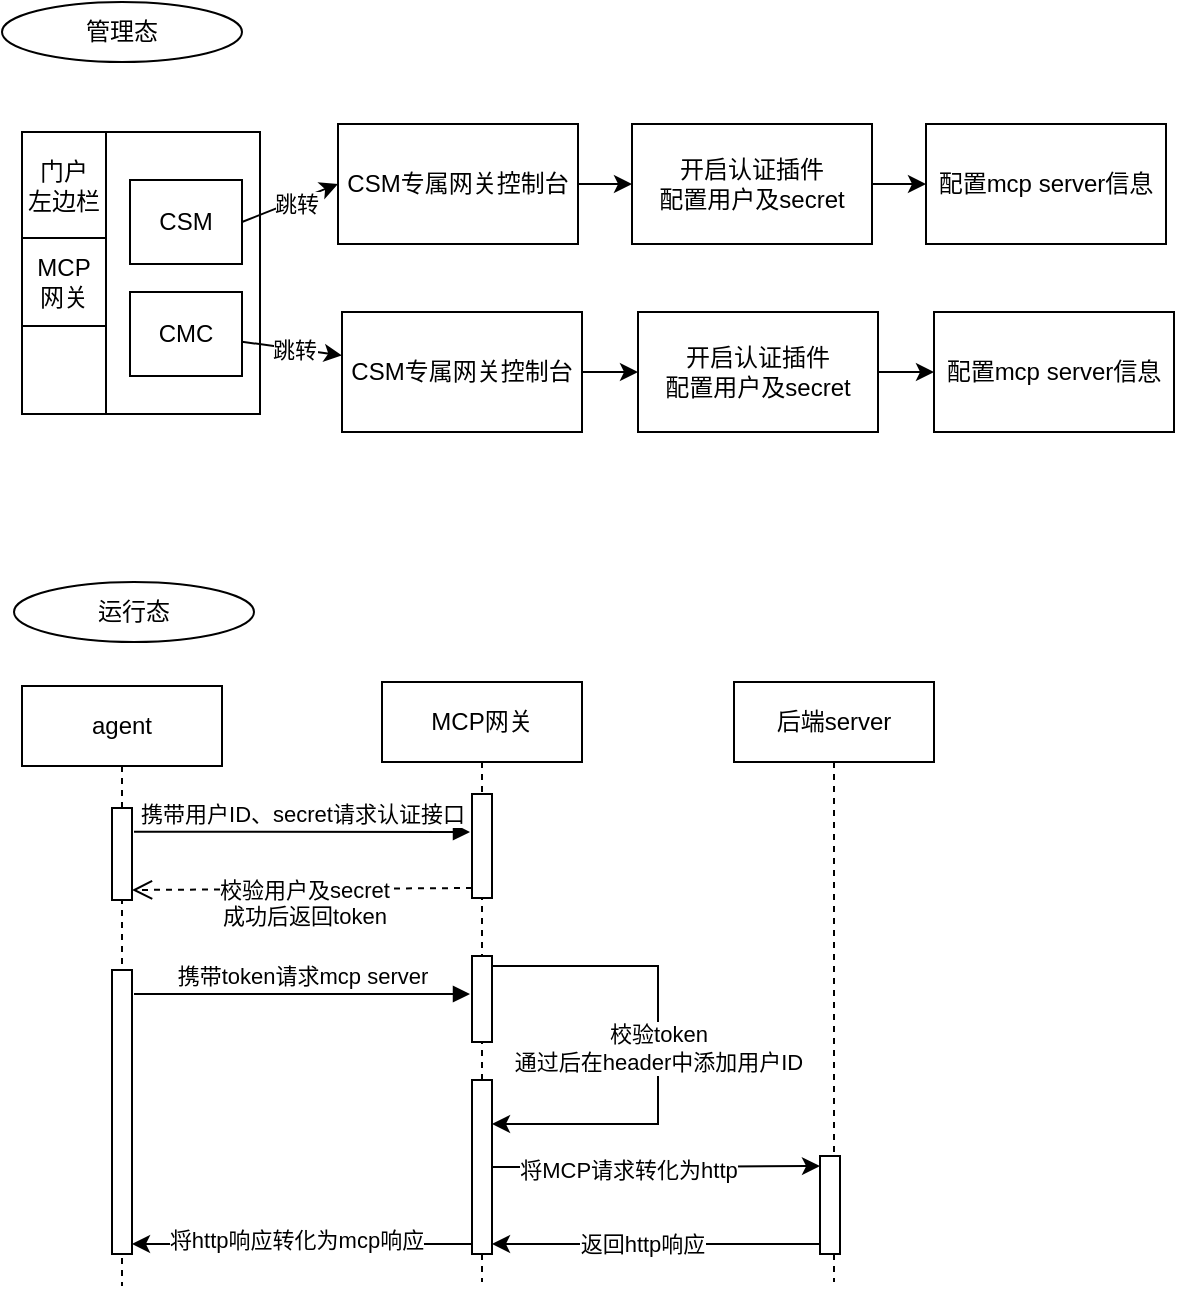
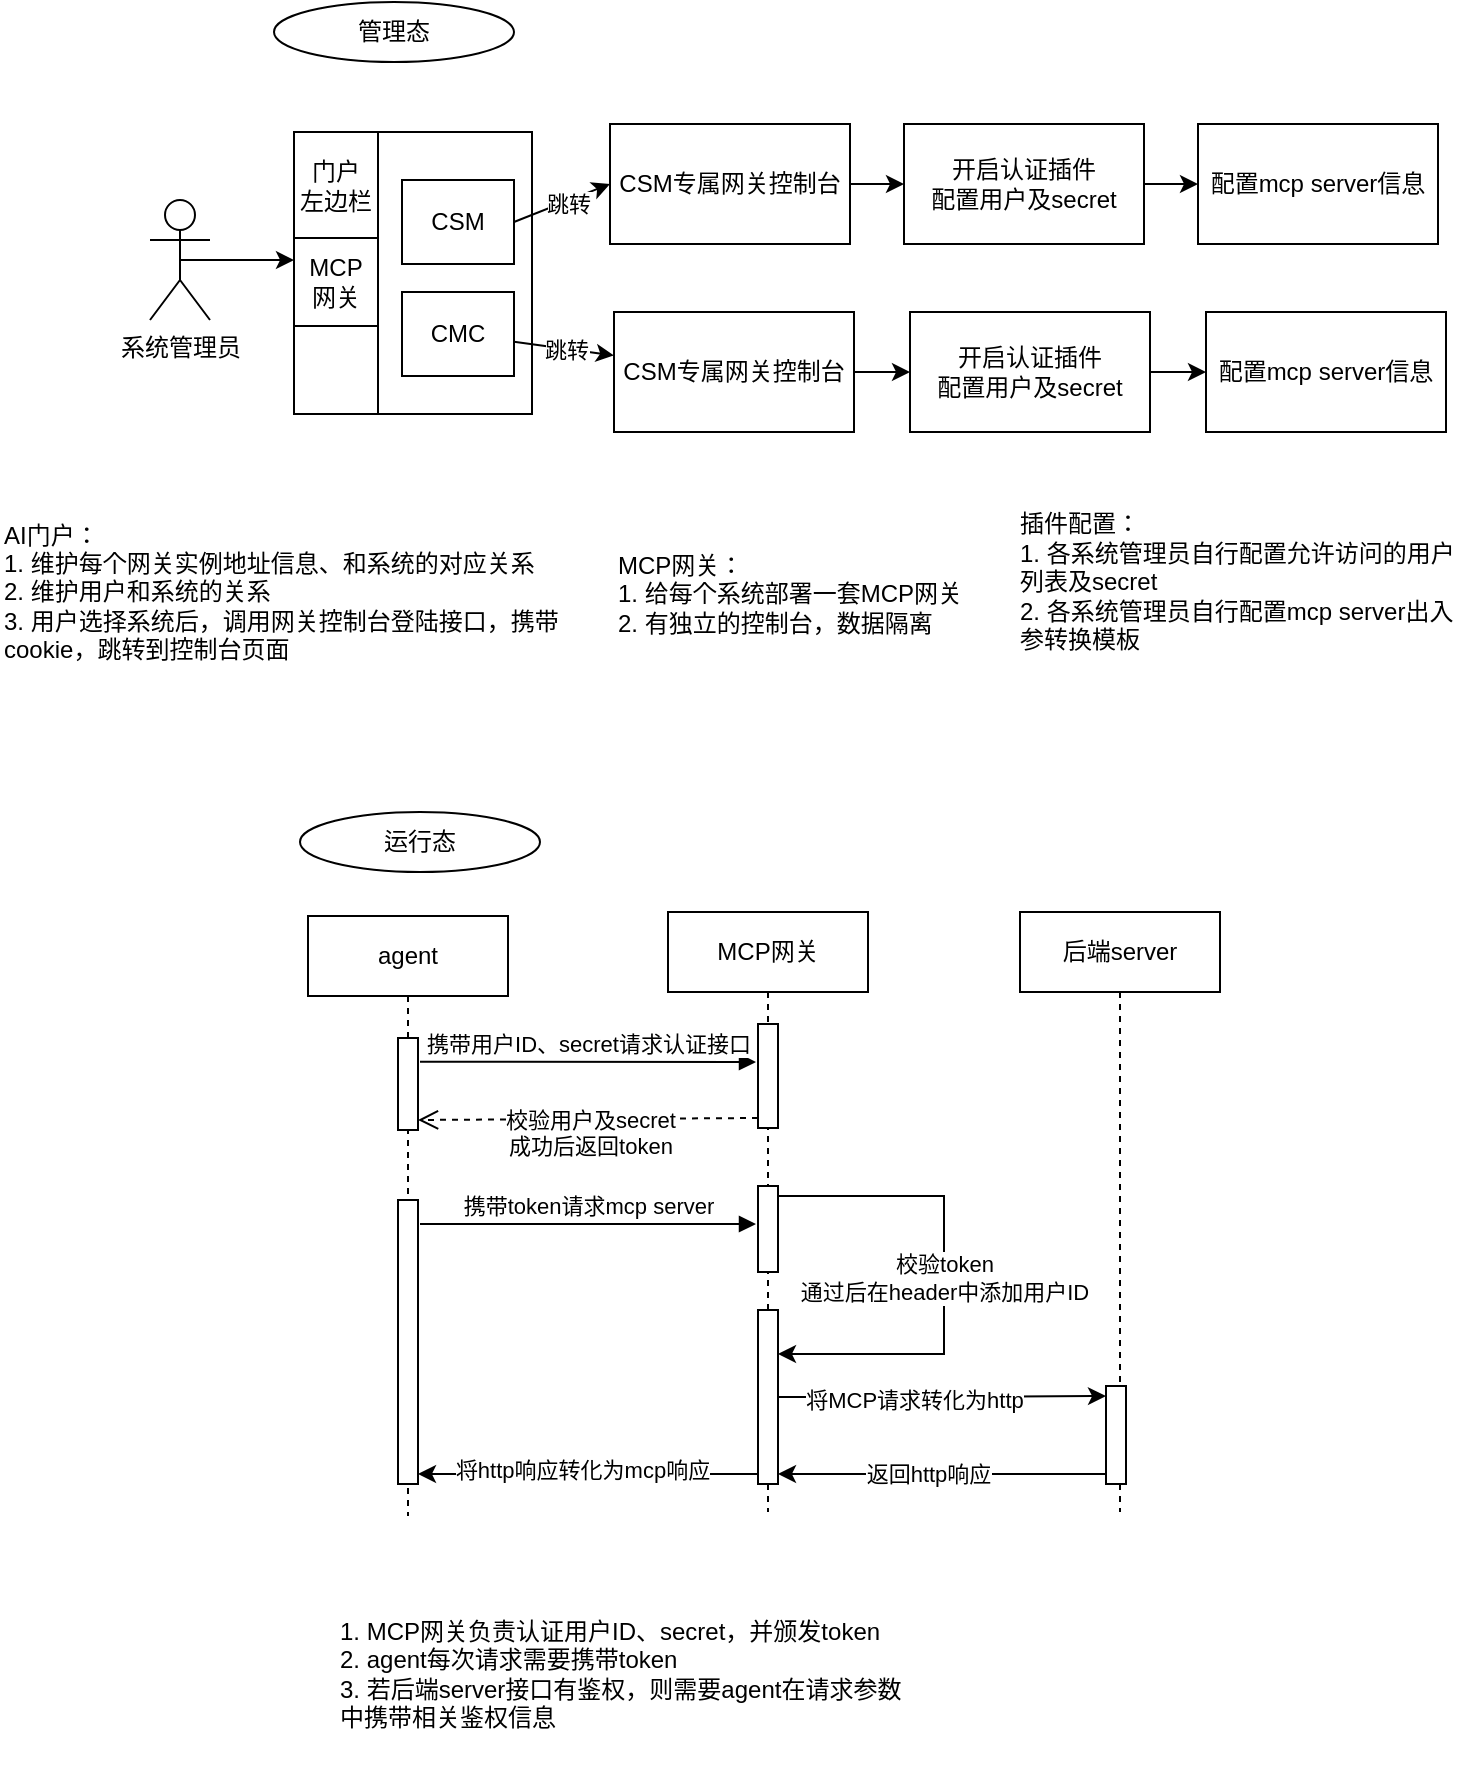
<mxfile host="app.diagrams.net">
  <diagram name="第 1 页" id="v2hsfRa7gXxFo1c_jMZc">
-     <mxGraphModel dx="934" dy="610" grid="0" gridSize="10" guides="1" tooltips="1" connect="1" arrows="1" fold="1" page="1" pageScale="1" pageWidth="827" pageHeight="1169" math="0" shadow="0">
+     <mxGraphModel dx="1334" dy="610" grid="0" gridSize="10" guides="1" tooltips="1" connect="1" arrows="1" fold="1" page="0" pageScale="1" pageWidth="827" pageHeight="1169" math="0" shadow="0">
      <root>
        <mxCell id="0" />
        <mxCell id="1" parent="0" />
        <mxCell id="Vr7ZYQnQsq7QcT0ujrnK-1" parent="1" style="rounded=0;whiteSpace=wrap;html=1;" value="" vertex="1">
          <mxGeometry height="141" width="119" x="58" y="104" as="geometry" />
        </mxCell>
        <mxCell id="Vr7ZYQnQsq7QcT0ujrnK-2" parent="1" style="rounded=0;whiteSpace=wrap;html=1;" value="" vertex="1">
          <mxGeometry height="141" width="42" x="58" y="104" as="geometry" />
        </mxCell>
        <mxCell id="Vr7ZYQnQsq7QcT0ujrnK-4" parent="1" style="rounded=0;whiteSpace=wrap;html=1;" value="MCP&lt;div&gt;网关&lt;/div&gt;" vertex="1">
          <mxGeometry height="44" width="42" x="58" y="157" as="geometry" />
        </mxCell>
        <mxCell id="Vr7ZYQnQsq7QcT0ujrnK-5" parent="1" style="rounded=0;whiteSpace=wrap;html=1;" value="门户&lt;div&gt;左边栏&lt;/div&gt;" vertex="1">
          <mxGeometry height="53" width="42" x="58" y="104" as="geometry" />
        </mxCell>
        <mxCell id="Vr7ZYQnQsq7QcT0ujrnK-9" edge="1" parent="1" source="Vr7ZYQnQsq7QcT0ujrnK-6" style="rounded=0;orthogonalLoop=1;jettySize=auto;html=1;exitX=1;exitY=0.5;exitDx=0;exitDy=0;entryX=0;entryY=0.5;entryDx=0;entryDy=0;" target="Vr7ZYQnQsq7QcT0ujrnK-8">
          <mxGeometry relative="1" as="geometry" />
        </mxCell>
        <mxCell id="Vr7ZYQnQsq7QcT0ujrnK-12" connectable="0" parent="Vr7ZYQnQsq7QcT0ujrnK-9" style="edgeLabel;html=1;align=center;verticalAlign=middle;resizable=0;points=[];" value="跳转" vertex="1">
          <mxGeometry relative="1" x="0.0797" y="-1" as="geometry">
            <mxPoint as="offset" />
          </mxGeometry>
        </mxCell>
        <mxCell id="Vr7ZYQnQsq7QcT0ujrnK-6" parent="1" style="rounded=0;whiteSpace=wrap;html=1;" value="CSM" vertex="1">
          <mxGeometry height="42" width="56" x="112" y="128" as="geometry" />
        </mxCell>
        <mxCell id="Vr7ZYQnQsq7QcT0ujrnK-11" edge="1" parent="1" source="Vr7ZYQnQsq7QcT0ujrnK-7" style="rounded=0;orthogonalLoop=1;jettySize=auto;html=1;" target="Vr7ZYQnQsq7QcT0ujrnK-10" value="">
          <mxGeometry relative="1" as="geometry" />
        </mxCell>
        <mxCell id="Vr7ZYQnQsq7QcT0ujrnK-13" connectable="0" parent="Vr7ZYQnQsq7QcT0ujrnK-11" style="edgeLabel;html=1;align=center;verticalAlign=middle;resizable=0;points=[];" value="跳转" vertex="1">
          <mxGeometry relative="1" x="0.0168" as="geometry">
            <mxPoint as="offset" />
          </mxGeometry>
        </mxCell>
        <mxCell id="Vr7ZYQnQsq7QcT0ujrnK-7" parent="1" style="rounded=0;whiteSpace=wrap;html=1;" value="CMC" vertex="1">
          <mxGeometry height="42" width="56" x="112" y="184" as="geometry" />
        </mxCell>
        <mxCell id="Vr7ZYQnQsq7QcT0ujrnK-15" edge="1" parent="1" source="Vr7ZYQnQsq7QcT0ujrnK-8" style="edgeStyle=orthogonalEdgeStyle;rounded=0;orthogonalLoop=1;jettySize=auto;html=1;" target="Vr7ZYQnQsq7QcT0ujrnK-14" value="">
          <mxGeometry relative="1" as="geometry" />
        </mxCell>
        <mxCell id="Vr7ZYQnQsq7QcT0ujrnK-8" parent="1" style="rounded=0;whiteSpace=wrap;html=1;" value="CSM专属网关控制台" vertex="1">
          <mxGeometry height="60" width="120" x="216" y="100" as="geometry" />
        </mxCell>
        <mxCell id="Vr7ZYQnQsq7QcT0ujrnK-17" edge="1" parent="1" source="Vr7ZYQnQsq7QcT0ujrnK-10" style="edgeStyle=orthogonalEdgeStyle;rounded=0;orthogonalLoop=1;jettySize=auto;html=1;" target="Vr7ZYQnQsq7QcT0ujrnK-16" value="">
          <mxGeometry relative="1" as="geometry" />
        </mxCell>
        <mxCell id="Vr7ZYQnQsq7QcT0ujrnK-10" parent="1" style="rounded=0;whiteSpace=wrap;html=1;" value="CSM专属网关控制台" vertex="1">
          <mxGeometry height="60" width="120" x="218" y="194" as="geometry" />
        </mxCell>
        <mxCell id="Vr7ZYQnQsq7QcT0ujrnK-43" edge="1" parent="1" source="Vr7ZYQnQsq7QcT0ujrnK-14" style="edgeStyle=orthogonalEdgeStyle;rounded=0;orthogonalLoop=1;jettySize=auto;html=1;" target="Vr7ZYQnQsq7QcT0ujrnK-42" value="">
          <mxGeometry relative="1" as="geometry" />
        </mxCell>
        <mxCell id="Vr7ZYQnQsq7QcT0ujrnK-14" parent="1" style="rounded=0;whiteSpace=wrap;html=1;" value="开启认证插件&lt;div&gt;配置用户及secret&lt;/div&gt;" vertex="1">
          <mxGeometry height="60" width="120" x="363" y="100" as="geometry" />
        </mxCell>
        <mxCell id="Vr7ZYQnQsq7QcT0ujrnK-45" edge="1" parent="1" source="Vr7ZYQnQsq7QcT0ujrnK-16" style="edgeStyle=orthogonalEdgeStyle;rounded=0;orthogonalLoop=1;jettySize=auto;html=1;" target="Vr7ZYQnQsq7QcT0ujrnK-44" value="">
          <mxGeometry relative="1" as="geometry" />
        </mxCell>
        <mxCell id="Vr7ZYQnQsq7QcT0ujrnK-16" parent="1" style="rounded=0;whiteSpace=wrap;html=1;" value="开启认证插件&lt;div&gt;配置用户及secret&lt;/div&gt;" vertex="1">
          <mxGeometry height="60" width="120" x="366" y="194" as="geometry" />
        </mxCell>
        <mxCell id="Vr7ZYQnQsq7QcT0ujrnK-18" parent="1" style="ellipse;whiteSpace=wrap;html=1;" value="管理态" vertex="1">
          <mxGeometry height="30" width="120" x="48" y="39" as="geometry" />
        </mxCell>
        <mxCell id="Vr7ZYQnQsq7QcT0ujrnK-19" parent="1" style="ellipse;whiteSpace=wrap;html=1;" value="运行态" vertex="1">
-           <mxGeometry height="30" width="120" x="54" y="329" as="geometry" />
+           <mxGeometry height="30" width="120" x="61" y="444" as="geometry" />
        </mxCell>
        <mxCell id="Vr7ZYQnQsq7QcT0ujrnK-20" parent="1" style="shape=umlLifeline;perimeter=lifelinePerimeter;whiteSpace=wrap;html=1;container=1;dropTarget=0;collapsible=0;recursiveResize=0;outlineConnect=0;portConstraint=eastwest;newEdgeStyle={&quot;curved&quot;:0,&quot;rounded&quot;:0};" value="agent" vertex="1">
-           <mxGeometry height="300" width="100" x="58" y="381" as="geometry" />
+           <mxGeometry height="300" width="100" x="65" y="496" as="geometry" />
        </mxCell>
        <mxCell id="Vr7ZYQnQsq7QcT0ujrnK-26" parent="Vr7ZYQnQsq7QcT0ujrnK-20" style="html=1;points=[[0,0,0,0,5],[0,1,0,0,-5],[1,0,0,0,5],[1,1,0,0,-5]];perimeter=orthogonalPerimeter;outlineConnect=0;targetShapes=umlLifeline;portConstraint=eastwest;newEdgeStyle={&quot;curved&quot;:0,&quot;rounded&quot;:0};" value="" vertex="1">
          <mxGeometry height="46" width="10" x="45" y="61" as="geometry" />
        </mxCell>
        <mxCell id="Vr7ZYQnQsq7QcT0ujrnK-21" parent="1" style="shape=umlLifeline;perimeter=lifelinePerimeter;whiteSpace=wrap;html=1;container=1;dropTarget=0;collapsible=0;recursiveResize=0;outlineConnect=0;portConstraint=eastwest;newEdgeStyle={&quot;curved&quot;:0,&quot;rounded&quot;:0};" value="MCP网关" vertex="1">
-           <mxGeometry height="300" width="100" x="238" y="379" as="geometry" />
+           <mxGeometry height="300" width="100" x="245" y="494" as="geometry" />
        </mxCell>
        <mxCell id="Vr7ZYQnQsq7QcT0ujrnK-23" parent="Vr7ZYQnQsq7QcT0ujrnK-21" style="html=1;points=[[0,0,0,0,5],[0,1,0,0,-5],[1,0,0,0,5],[1,1,0,0,-5]];perimeter=orthogonalPerimeter;outlineConnect=0;targetShapes=umlLifeline;portConstraint=eastwest;newEdgeStyle={&quot;curved&quot;:0,&quot;rounded&quot;:0};" value="" vertex="1">
          <mxGeometry height="52" width="10" x="45" y="56" as="geometry" />
        </mxCell>
        <mxCell id="Vr7ZYQnQsq7QcT0ujrnK-31" edge="1" parent="Vr7ZYQnQsq7QcT0ujrnK-21" source="Vr7ZYQnQsq7QcT0ujrnK-28" style="edgeStyle=orthogonalEdgeStyle;rounded=0;orthogonalLoop=1;jettySize=auto;html=1;curved=0;exitX=1;exitY=0;exitDx=0;exitDy=5;exitPerimeter=0;" target="Vr7ZYQnQsq7QcT0ujrnK-30">
          <mxGeometry relative="1" as="geometry">
            <Array as="points">
              <mxPoint x="138" y="142" />
              <mxPoint x="138" y="221" />
            </Array>
          </mxGeometry>
        </mxCell>
        <mxCell id="Vr7ZYQnQsq7QcT0ujrnK-32" connectable="0" parent="Vr7ZYQnQsq7QcT0ujrnK-31" style="edgeLabel;html=1;align=center;verticalAlign=middle;resizable=0;points=[];" value="校验token&lt;div&gt;通过后在header中添加用户ID&lt;/div&gt;" vertex="1">
          <mxGeometry relative="1" x="-0.2068" y="1" as="geometry">
            <mxPoint x="-1" y="27" as="offset" />
          </mxGeometry>
        </mxCell>
        <mxCell id="Vr7ZYQnQsq7QcT0ujrnK-28" parent="Vr7ZYQnQsq7QcT0ujrnK-21" style="html=1;points=[[0,0,0,0,5],[0,1,0,0,-5],[1,0,0,0,5],[1,1,0,0,-5]];perimeter=orthogonalPerimeter;outlineConnect=0;targetShapes=umlLifeline;portConstraint=eastwest;newEdgeStyle={&quot;curved&quot;:0,&quot;rounded&quot;:0};" value="" vertex="1">
          <mxGeometry height="43" width="10" x="45" y="137" as="geometry" />
        </mxCell>
        <mxCell id="Vr7ZYQnQsq7QcT0ujrnK-27" parent="Vr7ZYQnQsq7QcT0ujrnK-21" style="html=1;points=[[0,0,0,0,5],[0,1,0,0,-5],[1,0,0,0,5],[1,1,0,0,-5]];perimeter=orthogonalPerimeter;outlineConnect=0;targetShapes=umlLifeline;portConstraint=eastwest;newEdgeStyle={&quot;curved&quot;:0,&quot;rounded&quot;:0};" value="" vertex="1">
          <mxGeometry height="142" width="10" x="-135" y="144" as="geometry" />
        </mxCell>
        <mxCell id="Vr7ZYQnQsq7QcT0ujrnK-29" edge="1" parent="Vr7ZYQnQsq7QcT0ujrnK-21" style="html=1;verticalAlign=bottom;endArrow=block;curved=0;rounded=0;exitX=0.56;exitY=0.243;exitDx=0;exitDy=0;exitPerimeter=0;" value="携带token请求mcp server">
          <mxGeometry relative="1" as="geometry">
            <mxPoint x="-124" y="156" as="sourcePoint" />
            <mxPoint x="44" y="156" as="targetPoint" />
          </mxGeometry>
        </mxCell>
        <mxCell id="Vr7ZYQnQsq7QcT0ujrnK-30" parent="Vr7ZYQnQsq7QcT0ujrnK-21" style="html=1;points=[[0,0,0,0,5],[0,1,0,0,-5],[1,0,0,0,5],[1,1,0,0,-5]];perimeter=orthogonalPerimeter;outlineConnect=0;targetShapes=umlLifeline;portConstraint=eastwest;newEdgeStyle={&quot;curved&quot;:0,&quot;rounded&quot;:0};" value="" vertex="1">
          <mxGeometry height="87" width="10" x="45" y="199" as="geometry" />
        </mxCell>
        <mxCell id="Vr7ZYQnQsq7QcT0ujrnK-39" edge="1" parent="Vr7ZYQnQsq7QcT0ujrnK-21" source="Vr7ZYQnQsq7QcT0ujrnK-30" style="edgeStyle=orthogonalEdgeStyle;rounded=0;orthogonalLoop=1;jettySize=auto;html=1;curved=0;exitX=0;exitY=1;exitDx=0;exitDy=-5;exitPerimeter=0;entryX=1;entryY=1;entryDx=0;entryDy=-5;entryPerimeter=0;" target="Vr7ZYQnQsq7QcT0ujrnK-27">
          <mxGeometry relative="1" as="geometry" />
        </mxCell>
        <mxCell id="Vr7ZYQnQsq7QcT0ujrnK-41" connectable="0" parent="Vr7ZYQnQsq7QcT0ujrnK-39" style="edgeLabel;html=1;align=center;verticalAlign=middle;resizable=0;points=[];" value="将http响应转化为mcp响应" vertex="1">
          <mxGeometry relative="1" x="0.0353" y="-2" as="geometry">
            <mxPoint as="offset" />
          </mxGeometry>
        </mxCell>
        <mxCell id="Vr7ZYQnQsq7QcT0ujrnK-22" parent="1" style="shape=umlLifeline;perimeter=lifelinePerimeter;whiteSpace=wrap;html=1;container=1;dropTarget=0;collapsible=0;recursiveResize=0;outlineConnect=0;portConstraint=eastwest;newEdgeStyle={&quot;curved&quot;:0,&quot;rounded&quot;:0};" value="后端server" vertex="1">
-           <mxGeometry height="300" width="100" x="414" y="379" as="geometry" />
+           <mxGeometry height="300" width="100" x="421" y="494" as="geometry" />
        </mxCell>
        <mxCell id="Vr7ZYQnQsq7QcT0ujrnK-33" parent="Vr7ZYQnQsq7QcT0ujrnK-22" style="html=1;points=[[0,0,0,0,5],[0,1,0,0,-5],[1,0,0,0,5],[1,1,0,0,-5]];perimeter=orthogonalPerimeter;outlineConnect=0;targetShapes=umlLifeline;portConstraint=eastwest;newEdgeStyle={&quot;curved&quot;:0,&quot;rounded&quot;:0};" value="" vertex="1">
          <mxGeometry height="49" width="10" x="43" y="237" as="geometry" />
        </mxCell>
        <mxCell id="Vr7ZYQnQsq7QcT0ujrnK-24" edge="1" parent="1" source="Vr7ZYQnQsq7QcT0ujrnK-20" style="html=1;verticalAlign=bottom;endArrow=block;curved=0;rounded=0;exitX=0.56;exitY=0.243;exitDx=0;exitDy=0;exitPerimeter=0;" value="携带用户ID、secret请求认证接口">
          <mxGeometry relative="1" as="geometry">
-             <mxPoint x="114" y="459" as="sourcePoint" />
-             <mxPoint x="282" y="454" as="targetPoint" />
+             <mxPoint x="121" y="574" as="sourcePoint" />
+             <mxPoint x="289" y="569" as="targetPoint" />
          </mxGeometry>
        </mxCell>
        <mxCell id="Vr7ZYQnQsq7QcT0ujrnK-35" edge="1" parent="1" source="Vr7ZYQnQsq7QcT0ujrnK-23" style="html=1;verticalAlign=bottom;endArrow=open;dashed=1;endSize=8;curved=0;rounded=0;exitX=0;exitY=1;exitDx=0;exitDy=-5;exitPerimeter=0;entryX=1;entryY=1;entryDx=0;entryDy=-5;entryPerimeter=0;" target="Vr7ZYQnQsq7QcT0ujrnK-26" value="校验用户及secret&lt;div&gt;成功后返回token&lt;/div&gt;">
          <mxGeometry relative="1" x="-0.0102" y="23" as="geometry">
            <mxPoint as="offset" />
-             <mxPoint x="259" y="477" as="sourcePoint" />
-             <mxPoint x="191" y="480" as="targetPoint" />
+             <mxPoint x="266" y="592" as="sourcePoint" />
+             <mxPoint x="198" y="595" as="targetPoint" />
          </mxGeometry>
        </mxCell>
        <mxCell id="Vr7ZYQnQsq7QcT0ujrnK-36" edge="1" parent="1" source="Vr7ZYQnQsq7QcT0ujrnK-30" style="edgeStyle=orthogonalEdgeStyle;rounded=0;orthogonalLoop=1;jettySize=auto;html=1;curved=0;entryX=0;entryY=0;entryDx=0;entryDy=5;entryPerimeter=0;" target="Vr7ZYQnQsq7QcT0ujrnK-33">
          <mxGeometry relative="1" as="geometry" />
        </mxCell>
        <mxCell id="Vr7ZYQnQsq7QcT0ujrnK-37" connectable="0" parent="Vr7ZYQnQsq7QcT0ujrnK-36" style="edgeLabel;html=1;align=center;verticalAlign=middle;resizable=0;points=[];" value="将MCP请求转化为http" vertex="1">
          <mxGeometry relative="1" x="-0.1733" as="geometry">
            <mxPoint y="1" as="offset" />
          </mxGeometry>
        </mxCell>
        <mxCell id="Vr7ZYQnQsq7QcT0ujrnK-38" edge="1" parent="1" source="Vr7ZYQnQsq7QcT0ujrnK-33" style="edgeStyle=orthogonalEdgeStyle;rounded=0;orthogonalLoop=1;jettySize=auto;html=1;curved=0;exitX=0;exitY=1;exitDx=0;exitDy=-5;exitPerimeter=0;entryX=1;entryY=1;entryDx=0;entryDy=-5;entryPerimeter=0;" target="Vr7ZYQnQsq7QcT0ujrnK-30">
          <mxGeometry relative="1" as="geometry" />
        </mxCell>
        <mxCell id="Vr7ZYQnQsq7QcT0ujrnK-40" connectable="0" parent="Vr7ZYQnQsq7QcT0ujrnK-38" style="edgeLabel;html=1;align=center;verticalAlign=middle;resizable=0;points=[];" value="返回http响应" vertex="1">
          <mxGeometry relative="1" x="0.0854" as="geometry">
            <mxPoint as="offset" />
          </mxGeometry>
        </mxCell>
        <mxCell id="Vr7ZYQnQsq7QcT0ujrnK-42" parent="1" style="rounded=0;whiteSpace=wrap;html=1;" value="配置mcp server信息" vertex="1">
          <mxGeometry height="60" width="120" x="510" y="100" as="geometry" />
        </mxCell>
        <mxCell id="Vr7ZYQnQsq7QcT0ujrnK-44" parent="1" style="rounded=0;whiteSpace=wrap;html=1;" value="配置mcp server信息" vertex="1">
          <mxGeometry height="60" width="120" x="514" y="194" as="geometry" />
        </mxCell>
+         <mxCell id="Vr7ZYQnQsq7QcT0ujrnK-47" parent="1" style="text;html=1;whiteSpace=wrap;strokeColor=none;fillColor=none;align=left;verticalAlign=middle;rounded=0;" value="AI门户：&lt;div&gt;1. 维护每个网关实例地址信息、和系统的对应关系&lt;/div&gt;&lt;div&gt;2. 维护用户和系统的关系&lt;/div&gt;&lt;div&gt;3. 用户选择系统后，调用网关控制台登陆接口，携带cookie，跳转到控制台页面&lt;/div&gt;" vertex="1">
+           <mxGeometry height="124" width="280" x="-89" y="272" as="geometry" />
+         </mxCell>
+         <mxCell id="Vr7ZYQnQsq7QcT0ujrnK-48" parent="1" style="text;html=1;whiteSpace=wrap;strokeColor=none;fillColor=none;align=left;verticalAlign=middle;rounded=0;" value="1. MCP网关负责认证用户ID、secret，并颁发token&lt;br&gt;2. agent每次请求需要携带token&lt;br&gt;&lt;div&gt;3. 若后端server接口有鉴权，则需要agent在请求参数中携带相关鉴权信息&lt;/div&gt;" vertex="1">
+           <mxGeometry height="95" width="287" x="79" y="827" as="geometry" />
+         </mxCell>
+         <mxCell id="Vr7ZYQnQsq7QcT0ujrnK-49" parent="1" style="text;html=1;whiteSpace=wrap;strokeColor=none;fillColor=none;align=left;verticalAlign=middle;rounded=0;" value="MCP网关：&lt;div&gt;1. 给每个系统部署一套MCP网关&lt;/div&gt;&lt;div&gt;2. 有独立的控制台，数据隔离&lt;/div&gt;&lt;div&gt;&lt;br&gt;&lt;/div&gt;" vertex="1">
+           <mxGeometry height="124" width="178" x="218" y="280" as="geometry" />
+         </mxCell>
+         <mxCell id="Vr7ZYQnQsq7QcT0ujrnK-53" edge="1" parent="1" source="Vr7ZYQnQsq7QcT0ujrnK-50" style="edgeStyle=orthogonalEdgeStyle;rounded=0;orthogonalLoop=1;jettySize=auto;html=1;exitX=0.5;exitY=0.5;exitDx=0;exitDy=0;exitPerimeter=0;entryX=0;entryY=0.25;entryDx=0;entryDy=0;" target="Vr7ZYQnQsq7QcT0ujrnK-4">
+           <mxGeometry relative="1" as="geometry" />
+         </mxCell>
+         <mxCell id="Vr7ZYQnQsq7QcT0ujrnK-50" parent="1" style="shape=umlActor;verticalLabelPosition=bottom;verticalAlign=top;html=1;outlineConnect=0;" value="系统管理员" vertex="1">
+           <mxGeometry height="60" width="30" x="-14" y="138" as="geometry" />
+         </mxCell>
+         <mxCell id="Vr7ZYQnQsq7QcT0ujrnK-54" parent="1" style="text;html=1;whiteSpace=wrap;strokeColor=none;fillColor=none;align=left;verticalAlign=middle;rounded=0;" value="插件配置：&lt;div&gt;1. 各系统管理员自行配置允许访问的用户列表及secret&lt;/div&gt;&lt;div&gt;2.&amp;nbsp;&lt;span style=&quot;background-color: transparent; color: light-dark(rgb(0, 0, 0), rgb(255, 255, 255));&quot;&gt;各系统管理员自行配置mcp server出入参转换模板&lt;/span&gt;&lt;/div&gt;&lt;div&gt;&lt;br&gt;&lt;/div&gt;" vertex="1">
+           <mxGeometry height="124" width="228" x="419" y="274" as="geometry" />
+         </mxCell>
      </root>
    </mxGraphModel>
  </diagram>
</mxfile>
